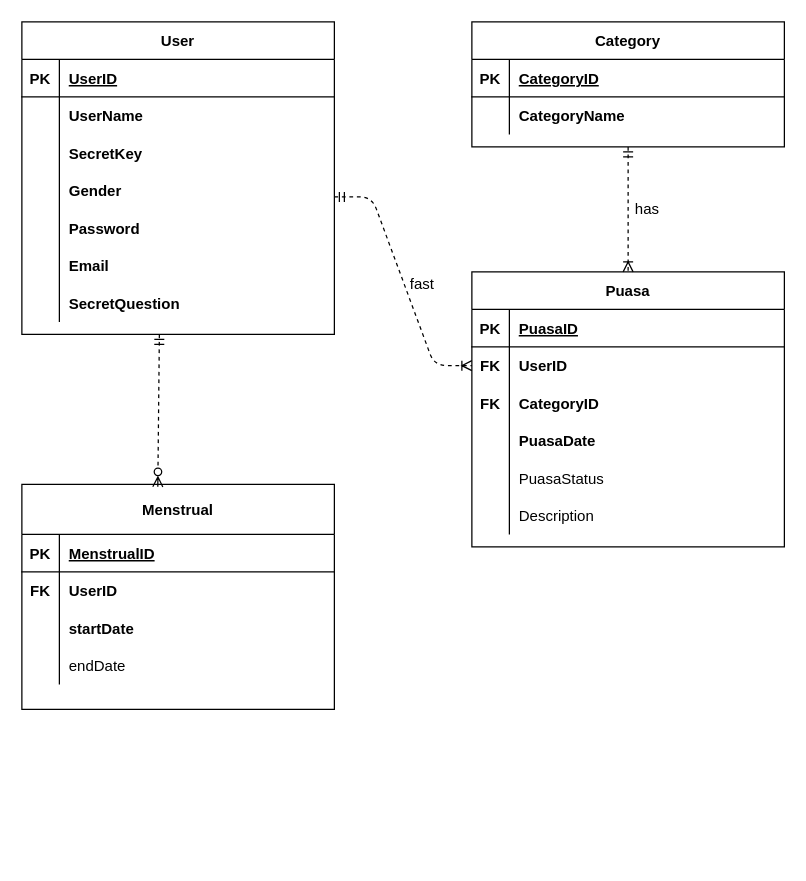
The draw.io diagram Puasa Recording Diagram.drawio in nurezzajeslin/Week2ClassDiagram, before the edit. Source tidied: cells renumbered, new cells numbered last; positions are measured from the earlier drawing's top-left corner, leaving out a move shared by most shapes. Both pictures are drawn from the tidied source at 125%, with x=0, y=0 at pixel (21, 21).
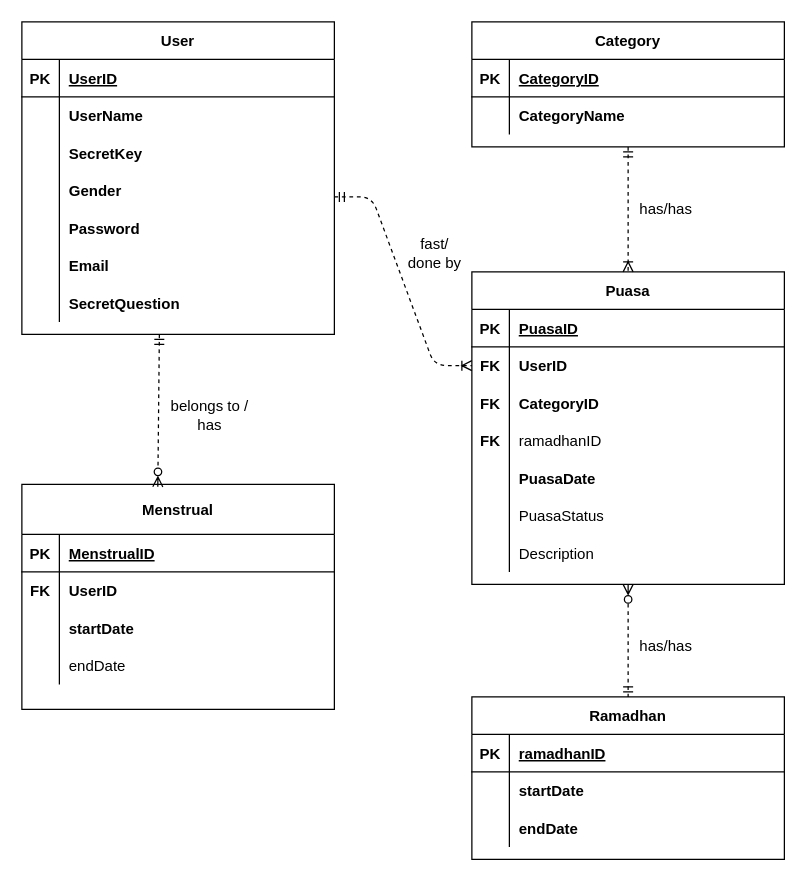
Above is the later version.

The edit, as a diff of the source:
```diff
@@
     <mxCell id="9" value="Puasa" style="shape=table;startSize=30;childLayout=tableLayout;rowLines=0;fontStyle=1;align=center;" parent="1" vertex="1">
-      <mxGeometry x="360" y="200" width="250" height="220" as="geometry" />
+      <mxGeometry x="360" y="200" width="250" height="250" as="geometry" />
     </mxCell>
@@
+    <mxCell id="68" style="shape=tableRow;horizontal=0;startSize=0;swimlaneHead=0;swimlaneBody=0;fillColor=none;top=0;left=0;right=0;bottom=0;" parent="9" vertex="1">
+      <mxGeometry y="120" width="250" height="30" as="geometry" />
+    </mxCell>
+    <mxCell id="69" style="shape=partialRectangle;fillColor=none;top=0;left=0;bottom=0;right=0;overflow=hidden;" parent="68" vertex="1">
+      <mxGeometry width="30" height="30" as="geometry" />
+    </mxCell>
+    <mxCell id="70" value="ramadhanID" style="shape=partialRectangle;fillColor=none;top=0;left=0;bottom=0;right=0;align=left;spacingLeft=6;overflow=hidden;fontStyle=0;" parent="68" vertex="1">
+      <mxGeometry x="30" width="220" height="30" as="geometry" />
+    </mxCell>
     <mxCell id="19" style="shape=partialRectangle;fillColor=none;top=0;left=0;right=0;bottom=0;" parent="9" vertex="1">
-      <mxGeometry y="120" width="250" height="30" as="geometry" />
+      <mxGeometry y="150" width="250" height="30" as="geometry" />
     </mxCell>
@@
     <mxCell id="22" style="shape=tableRow;horizontal=0;startSize=0;swimlaneHead=0;swimlaneBody=0;fillColor=none;top=0;left=0;right=0;bottom=0;" parent="9" vertex="1">
-      <mxGeometry y="150" width="250" height="30" as="geometry" />
+      <mxGeometry y="180" width="250" height="30" as="geometry" />
     </mxCell>
@@
     <mxCell id="25" style="shape=tableRow;horizontal=0;startSize=0;swimlaneHead=0;swimlaneBody=0;fillColor=none;top=0;left=0;right=0;bottom=0;" parent="9" vertex="1">
-      <mxGeometry y="180" width="250" height="30" as="geometry" />
+      <mxGeometry y="210" width="250" height="30" as="geometry" />
     </mxCell>
@@
-    <mxCell id="65" value="fast" style="text;html=1;align=center;verticalAlign=middle;strokeColor=none;fillColor=none;" parent="1" vertex="1">
-      <mxGeometry x="305" y="200" width="30" height="20" as="geometry" />
+    <mxCell id="65" value="fast/&lt;br&gt;done by" style="text;html=1;align=center;verticalAlign=middle;strokeColor=none;fillColor=none;" parent="1" vertex="1">
+      <mxGeometry x="300" y="170" width="60" height="30" as="geometry" />
     </mxCell>
@@
-    <mxCell id="67" value="has" style="text;html=1;align=center;verticalAlign=middle;strokeColor=none;fillColor=none;" parent="1" vertex="1">
-      <mxGeometry x="485" y="140" width="30" height="20" as="geometry" />
+    <mxCell id="67" value="has/has" style="text;html=1;align=center;verticalAlign=middle;strokeColor=none;fillColor=none;" parent="1" vertex="1">
+      <mxGeometry x="485" y="140" width="60" height="20" as="geometry" />
     </mxCell>
+    <mxCell id="71" value="Ramadhan" style="shape=table;startSize=30;childLayout=tableLayout;rowLines=0;fontStyle=1;align=center;" parent="1" vertex="1">
+      <mxGeometry x="360" y="540" width="250" height="130" as="geometry" />
+    </mxCell>
+    <mxCell id="72" style="shape=partialRectangle;fillColor=none;top=0;left=0;right=0;bottom=1;" parent="71" vertex="1">
+      <mxGeometry y="30" width="250" height="30" as="geometry" />
+    </mxCell>
+    <mxCell id="73" value="PK" style="shape=partialRectangle;overflow=hidden;fillColor=none;top=0;left=0;bottom=0;right=0;fontStyle=1;" parent="72" vertex="1">
+      <mxGeometry width="30" height="30" as="geometry" />
+    </mxCell>
+    <mxCell id="74" value="ramadhanID" style="shape=partialRectangle;overflow=hidden;fillColor=none;top=0;left=0;bottom=0;right=0;align=left;spacingLeft=6;fontStyle=5;" parent="72" vertex="1">
+      <mxGeometry x="30" width="220" height="30" as="geometry" />
+    </mxCell>
+    <mxCell id="75" style="shape=partialRectangle;fillColor=none;top=0;left=0;right=0;bottom=0;" parent="71" vertex="1">
+      <mxGeometry y="60" width="250" height="30" as="geometry" />
+    </mxCell>
+    <mxCell id="76" style="shape=partialRectangle;overflow=hidden;fillColor=none;top=0;left=0;bottom=0;right=0;fontStyle=1;" parent="75" vertex="1">
+      <mxGeometry width="30" height="30" as="geometry" />
+    </mxCell>
+    <mxCell id="77" value="startDate" style="shape=partialRectangle;overflow=hidden;fillColor=none;top=0;left=0;bottom=0;right=0;align=left;spacingLeft=6;fontStyle=1;" parent="75" vertex="1">
+      <mxGeometry x="30" width="220" height="30" as="geometry" />
+    </mxCell>
+    <mxCell id="78" style="shape=tableRow;horizontal=0;startSize=0;swimlaneHead=0;swimlaneBody=0;fillColor=none;top=0;left=0;right=0;bottom=0;" parent="71" vertex="1">
+      <mxGeometry y="90" width="250" height="30" as="geometry" />
+    </mxCell>
+    <mxCell id="79" style="shape=partialRectangle;fillColor=none;top=0;left=0;bottom=0;right=0;overflow=hidden;" parent="78" vertex="1">
+      <mxGeometry width="30" height="30" as="geometry" />
+    </mxCell>
+    <mxCell id="80" value="endDate" style="shape=partialRectangle;fillColor=none;top=0;left=0;bottom=0;right=0;align=left;spacingLeft=6;overflow=hidden;fontStyle=1;" parent="78" vertex="1">
+      <mxGeometry x="30" width="220" height="30" as="geometry" />
+    </mxCell>
+    <mxCell id="81" value="FK" style="shape=partialRectangle;fillColor=none;top=0;left=0;bottom=0;right=0;fontStyle=1;overflow=hidden;" parent="1" vertex="1">
+      <mxGeometry x="360" y="320" width="30" height="30" as="geometry" />
+    </mxCell>
+    <mxCell id="82" style="endArrow=ERmandOne;html=1;rounded=0;startArrow=ERzeroToMany;startFill=0;endFill=0;dashed=1;" parent="1" edge="1" target="71">
+      <mxGeometry relative="1" as="geometry">
+        <mxPoint x="485" y="450" as="sourcePoint" />
+      </mxGeometry>
+    </mxCell>
+    <mxCell id="83" value="belongs to /&lt;br&gt;has" style="text;html=1;align=center;verticalAlign=middle;strokeColor=none;fillColor=none;" parent="1" vertex="1">
+      <mxGeometry x="110" y="300" width="80" height="30" as="geometry" />
+    </mxCell>
+    <mxCell id="84" value="has/has" style="text;html=1;align=center;verticalAlign=middle;strokeColor=none;fillColor=none;" parent="1" vertex="1">
+      <mxGeometry x="485" y="490" width="60" height="20" as="geometry" />
+    </mxCell>
```
